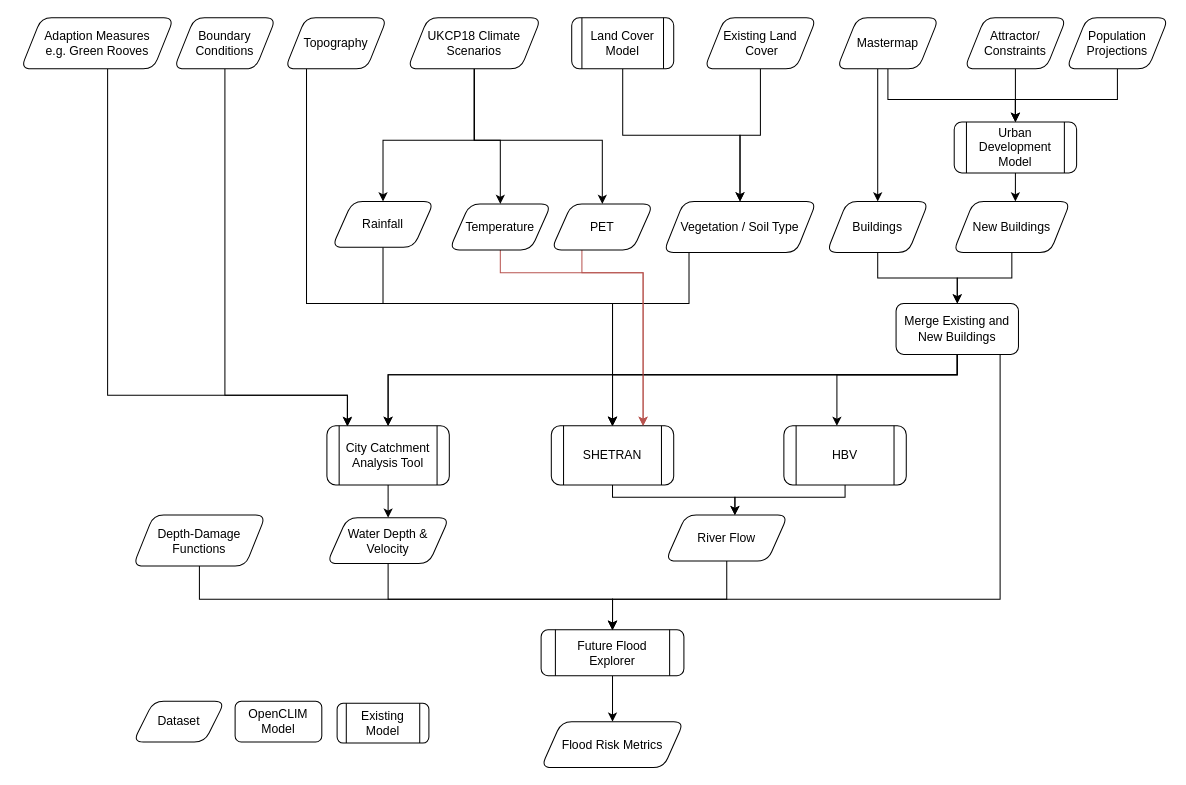
Above: flood/openclim-flood-workflow.drawio in OpenCLIM/workflow-diagrams (draw.io), before the change. Source tidied: cells renumbered, new cells numbered last; positions are measured from the earlier drawing's top-left corner, leaving out a move shared by most shapes. Both pictures are drawn from the tidied source at 102%, with x=0, y=0 at pixel (20, 17).
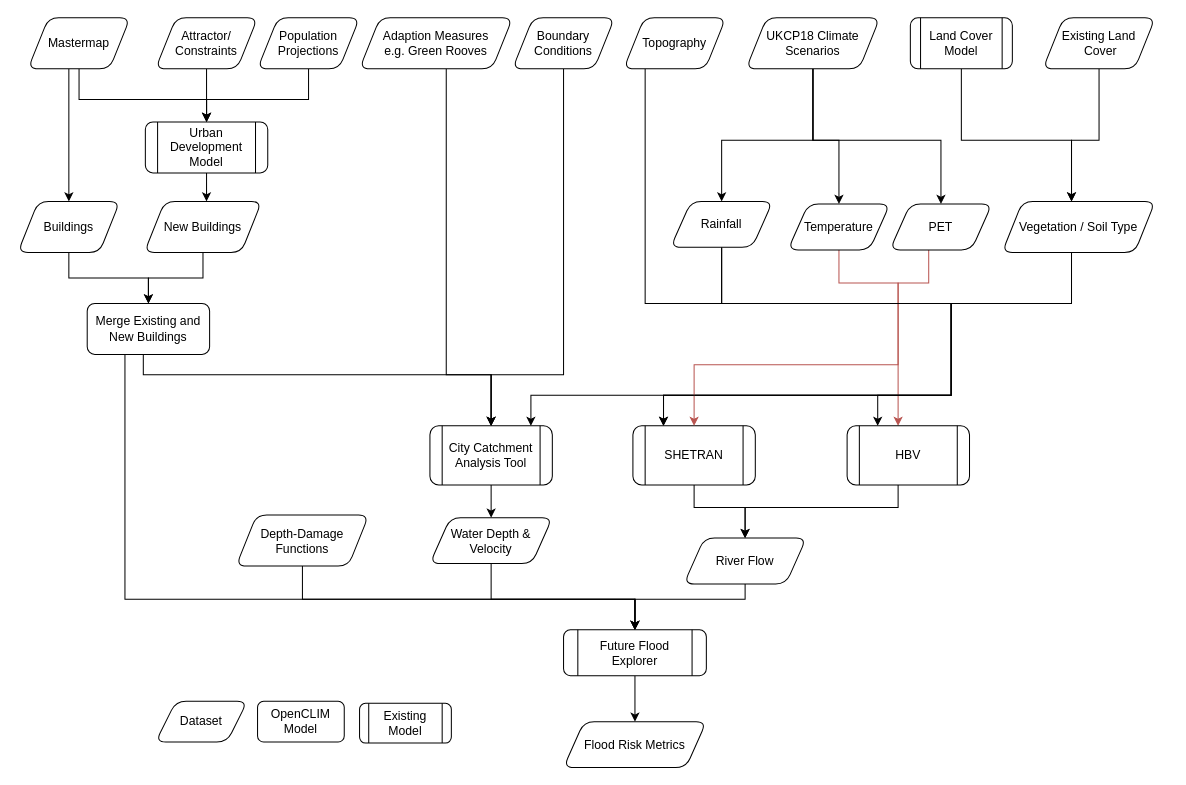
After the change.

Commit message:
removed buildings input from shetran and hbv

Diff of the diagram source:
```diff
@@
     <mxCell id="2" style="edgeStyle=orthogonalEdgeStyle;rounded=0;jettySize=auto;html=1;" parent="1" edge="1" source="5" target="22">
       <mxGeometry relative="1" as="geometry">
         <Array as="points">
-          <mxPoint x="445" y="120" />
-          <mxPoint x="470" y="120" />
+          <mxPoint x="777" y="120" />
+          <mxPoint x="802" y="120" />
         </Array>
       </mxGeometry>
     </mxCell>
     <mxCell id="3" style="edgeStyle=orthogonalEdgeStyle;rounded=0;jettySize=auto;html=1;" parent="1" edge="1" source="5" target="60">
       <mxGeometry relative="1" as="geometry">
         <Array as="points">
-          <mxPoint x="445" y="120" />
-          <mxPoint x="355" y="120" />
+          <mxPoint x="777" y="120" />
+          <mxPoint x="687" y="120" />
         </Array>
       </mxGeometry>
     </mxCell>
     <mxCell id="4" style="edgeStyle=orthogonalEdgeStyle;rounded=0;jettySize=auto;html=1;" parent="1" edge="1" source="5" target="58">
       <mxGeometry relative="1" as="geometry">
         <Array as="points">
-          <mxPoint x="445" y="120" />
-          <mxPoint x="570" y="120" />
+          <mxPoint x="777" y="120" />
+          <mxPoint x="902" y="120" />
         </Array>
       </mxGeometry>
     </mxCell>
     <mxCell id="5" value="UKCP18 Climate Scenarios" style="shape=parallelogram;perimeter=parallelogramPerimeter;whiteSpace=wrap;html=1;fixedSize=1;rounded=1;" parent="1" vertex="1">
-      <mxGeometry x="379" width="131" height="50" as="geometry" />
+      <mxGeometry x="711" width="131" height="50" as="geometry" />
     </mxCell>
     <mxCell id="6" style="edgeStyle=orthogonalEdgeStyle;rounded=0;jettySize=auto;html=1;" parent="1" edge="1" source="7" target="9">
       <mxGeometry relative="1" as="geometry">
         <Array as="points">
-          <mxPoint x="1075" y="80" />
-          <mxPoint x="975" y="80" />
+          <mxPoint x="282" y="80" />
+          <mxPoint x="182" y="80" />
         </Array>
       </mxGeometry>
     </mxCell>
     <mxCell id="7" value="Population Projections" style="shape=parallelogram;perimeter=parallelogramPerimeter;whiteSpace=wrap;html=1;fixedSize=1;rounded=1;" parent="1" vertex="1">
-      <mxGeometry x="1025" width="100" height="50" as="geometry" />
+      <mxGeometry x="232" width="100" height="50" as="geometry" />
     </mxCell>
@@
     <mxCell id="9" value="Urban Development Model" style="shape=process;whiteSpace=wrap;html=1;backgroundOutline=1;shadow=0;fontFamily=Helvetica;fontSize=12;fontColor=#000000;align=center;strokeColor=#000000;strokeWidth=1;fillColor=#ffffff;rounded=1;" parent="1" vertex="1">
-      <mxGeometry x="915" y="102" width="120" height="50" as="geometry" />
+      <mxGeometry x="122" y="102" width="120" height="50" as="geometry" />
     </mxCell>
-    <mxCell id="10" style="edgeStyle=orthogonalEdgeStyle;rounded=0;jettySize=auto;html=1;entryX=0.168;entryY=0.01;entryDx=0;entryDy=0;entryPerimeter=0;" parent="1" edge="1" source="11" target="20">
+    <mxCell id="10" style="edgeStyle=orthogonalEdgeStyle;rounded=0;jettySize=auto;html=1;" parent="1" edge="1" source="11" target="20">
       <mxGeometry relative="1" as="geometry">
         <Array as="points">
-          <mxPoint x="200" y="370" />
-          <mxPoint x="320" y="370" />
+          <mxPoint x="532" y="350" />
+          <mxPoint x="461" y="350" />
         </Array>
       </mxGeometry>
     </mxCell>
     <mxCell id="11" value="Boundary Conditions" style="shape=parallelogram;perimeter=parallelogramPerimeter;whiteSpace=wrap;html=1;fixedSize=1;rounded=1;" parent="1" vertex="1">
-      <mxGeometry x="150" width="100" height="50" as="geometry" />
+      <mxGeometry x="482" width="100" height="50" as="geometry" />
     </mxCell>
@@
     <mxCell id="13" value="New Buildings" style="shape=parallelogram;perimeter=parallelogramPerimeter;whiteSpace=wrap;html=1;fixedSize=1;rounded=1;" parent="1" vertex="1">
-      <mxGeometry x="914" y="180" width="115" height="50" as="geometry" />
+      <mxGeometry x="121" y="180" width="115" height="50" as="geometry" />
     </mxCell>
     <mxCell id="14" style="edgeStyle=orthogonalEdgeStyle;rounded=0;jettySize=auto;html=1;entryX=0.5;entryY=0;entryDx=0;entryDy=0;" parent="1" edge="1" source="16" target="9">
       <mxGeometry relative="1" as="geometry">
         <Array as="points">
-          <mxPoint x="850" y="80" />
-          <mxPoint x="975" y="80" />
+          <mxPoint x="57" y="80" />
+          <mxPoint x="182" y="80" />
         </Array>
       </mxGeometry>
     </mxCell>
     <mxCell id="15" style="edgeStyle=orthogonalEdgeStyle;rounded=0;jettySize=auto;html=1;" parent="1" edge="1" source="16" target="33">
       <mxGeometry relative="1" as="geometry">
         <Array as="points">
-          <mxPoint x="840" y="110" />
-          <mxPoint x="840" y="110" />
+          <mxPoint x="47" y="110" />
+          <mxPoint x="47" y="110" />
         </Array>
       </mxGeometry>
     </mxCell>
     <mxCell id="16" value="Mastermap" style="shape=parallelogram;perimeter=parallelogramPerimeter;whiteSpace=wrap;html=1;fixedSize=1;rounded=1;" parent="1" vertex="1">
-      <mxGeometry x="800" width="100" height="50" as="geometry" />
+      <mxGeometry x="7" width="100" height="50" as="geometry" />
     </mxCell>
     <mxCell id="17" style="edgeStyle=orthogonalEdgeStyle;rounded=0;jettySize=auto;html=1;" parent="1" edge="1" source="18" target="48">
       <mxGeometry relative="1" as="geometry">
         <Array as="points">
-          <mxPoint x="655" y="280" />
-          <mxPoint x="580" y="280" />
+          <mxPoint x="1030" y="280" />
+          <mxPoint x="912" y="280" />
+          <mxPoint x="912" y="370" />
+          <mxPoint x="630" y="370" />
         </Array>
       </mxGeometry>
     </mxCell>
     <mxCell id="18" value="Vegetation / Soil Type" style="shape=parallelogram;perimeter=parallelogramPerimeter;whiteSpace=wrap;html=1;fixedSize=1;rounded=1;" parent="1" vertex="1">
-      <mxGeometry x="630" y="180" width="150" height="50" as="geometry" />
+      <mxGeometry x="962" y="180" width="150" height="50" as="geometry" />
     </mxCell>
@@
     <mxCell id="20" value="City Catchment Analysis Tool" style="shape=process;whiteSpace=wrap;html=1;backgroundOutline=1;shadow=0;fontFamily=Helvetica;fontSize=12;fontColor=#000000;align=center;strokeColor=#000000;strokeWidth=1;fillColor=#ffffff;rounded=1;" parent="1" vertex="1">
-      <mxGeometry x="300" y="400" width="120" height="58" as="geometry" />
+      <mxGeometry x="401" y="400" width="120" height="58" as="geometry" />
     </mxCell>
-    <mxCell id="21" style="edgeStyle=orthogonalEdgeStyle;rounded=0;jettySize=auto;html=1;fillColor=#f8cecc;strokeColor=#b85450;" parent="1" edge="1" source="22">
+    <mxCell id="21" style="edgeStyle=orthogonalEdgeStyle;rounded=0;jettySize=auto;html=1;fillColor=#f8cecc;strokeColor=#b85450;" parent="1" edge="1" source="22" target="50">
       <mxGeometry relative="1" as="geometry">
-        <mxPoint x="610" y="400" as="targetPoint" />
         <Array as="points">
-          <mxPoint x="470" y="250" />
-          <mxPoint x="610" y="250" />
+          <mxPoint x="802" y="260" />
+          <mxPoint x="860" y="260" />
         </Array>
       </mxGeometry>
     </mxCell>
     <mxCell id="22" value="Temperature" style="shape=parallelogram;perimeter=parallelogramPerimeter;whiteSpace=wrap;html=1;fixedSize=1;rounded=1;" parent="1" vertex="1">
-      <mxGeometry x="420" y="182.5" width="100" height="45" as="geometry" />
+      <mxGeometry x="752" y="182.5" width="100" height="45" as="geometry" />
     </mxCell>
     <mxCell id="23" value="Dataset" style="shape=parallelogram;perimeter=parallelogramPerimeter;whiteSpace=wrap;html=1;fixedSize=1;rounded=1;" parent="1" vertex="1">
-      <mxGeometry x="110" y="670" width="90" height="40" as="geometry" />
+      <mxGeometry x="132" y="670" width="90" height="40" as="geometry" />
     </mxCell>
     <mxCell id="24" value="OpenCLIM Model" style="rounded=1;whiteSpace=wrap;html=1;fontSize=12;glass=0;strokeWidth=1;shadow=0;" parent="1" vertex="1">
-      <mxGeometry x="210" y="670" width="85" height="40" as="geometry" />
+      <mxGeometry x="232" y="670" width="85" height="40" as="geometry" />
     </mxCell>
     <mxCell id="25" style="edgeStyle=orthogonalEdgeStyle;rounded=0;jettySize=auto;html=1;" parent="1" edge="1" source="26" target="20">
       <mxGeometry relative="1" as="geometry">
         <Array as="points">
-          <mxPoint x="280" y="280" />
-          <mxPoint x="580" y="280" />
-          <mxPoint x="580" y="350" />
-          <mxPoint x="360" y="350" />
+          <mxPoint x="612" y="280" />
+          <mxPoint x="912" y="280" />
+          <mxPoint x="912" y="370" />
+          <mxPoint x="500" y="370" />
         </Array>
       </mxGeometry>
     </mxCell>
     <mxCell id="26" value="Topography" style="shape=parallelogram;perimeter=parallelogramPerimeter;whiteSpace=wrap;html=1;fixedSize=1;rounded=1;" parent="1" vertex="1">
-      <mxGeometry x="259" width="100" height="50" as="geometry" />
+      <mxGeometry x="591" width="100" height="50" as="geometry" />
     </mxCell>
     <mxCell id="27" style="edgeStyle=orthogonalEdgeStyle;rounded=0;jettySize=auto;html=1;entryX=0.5;entryY=0;entryDx=0;entryDy=0;" parent="1" edge="1" source="28" target="30">
       <mxGeometry relative="1" as="geometry">
         <Array as="points">
-          <mxPoint x="360" y="570" />
-          <mxPoint x="580" y="570" />
+          <mxPoint x="461" y="570" />
+          <mxPoint x="602" y="570" />
         </Array>
       </mxGeometry>
     </mxCell>
     <mxCell id="28" value="Water Depth &amp;amp; Velocity" style="shape=parallelogram;perimeter=parallelogramPerimeter;whiteSpace=wrap;html=1;fixedSize=1;rounded=1;" parent="1" vertex="1">
-      <mxGeometry x="300" y="490" width="120" height="45" as="geometry" />
+      <mxGeometry x="401" y="490" width="120" height="45" as="geometry" />
     </mxCell>
@@
     <mxCell id="30" value="Future Flood Explorer" style="shape=process;whiteSpace=wrap;html=1;backgroundOutline=1;fontFamily=Helvetica;fontSize=12;fontColor=#000000;align=center;strokeColor=#000000;fillColor=#ffffff;rounded=1;" parent="1" vertex="1">
-      <mxGeometry x="510" y="600" width="140" height="45" as="geometry" />
+      <mxGeometry x="532" y="600" width="140" height="45" as="geometry" />
     </mxCell>
     <mxCell id="31" value="Flood Risk Metrics" style="shape=parallelogram;perimeter=parallelogramPerimeter;whiteSpace=wrap;html=1;fixedSize=1;rounded=1;" parent="1" vertex="1">
-      <mxGeometry x="510" y="690" width="140" height="45" as="geometry" />
+      <mxGeometry x="532" y="690" width="140" height="45" as="geometry" />
     </mxCell>
@@
     <mxCell id="33" value="Buildings" style="shape=parallelogram;perimeter=parallelogramPerimeter;whiteSpace=wrap;html=1;fixedSize=1;rounded=1;" parent="1" vertex="1">
-      <mxGeometry x="790" y="180" width="100" height="50" as="geometry" />
+      <mxGeometry x="-3" y="180" width="100" height="50" as="geometry" />
     </mxCell>
+    <mxCell id="35" style="edgeStyle=orthogonalEdgeStyle;rounded=0;jettySize=auto;html=1;entryX=0.5;entryY=0;entryDx=0;entryDy=0;" parent="1" edge="1" source="39" target="30">
+      <mxGeometry relative="1" as="geometry">
+        <Array as="points">
+          <mxPoint x="102" y="570" />
+          <mxPoint x="602" y="570" />
+        </Array>
+      </mxGeometry>
+    </mxCell>
-    <mxCell id="34" style="edgeStyle=orthogonalEdgeStyle;rounded=0;jettySize=auto;html=1;entryX=0.5;entryY=0;entryDx=0;entryDy=0;" parent="1" edge="1" source="39" target="20">
+    <mxCell id="34" style="edgeStyle=orthogonalEdgeStyle;rounded=0;jettySize=auto;html=1;fontColor=#B5739D;" parent="1" edge="1" source="39" target="20">
       <mxGeometry relative="1" as="geometry">
         <Array as="points">
-          <mxPoint x="918" y="350" />
-          <mxPoint x="360" y="350" />
+          <mxPoint x="120" y="350" />
+          <mxPoint x="461" y="350" />
         </Array>
       </mxGeometry>
     </mxCell>
-    <mxCell id="35" style="edgeStyle=orthogonalEdgeStyle;rounded=0;jettySize=auto;html=1;entryX=0.5;entryY=0;entryDx=0;entryDy=0;" parent="1" edge="1" source="39" target="30">
-      <mxGeometry relative="1" as="geometry">
-        <Array as="points">
-          <mxPoint x="960" y="570" />
-          <mxPoint x="580" y="570" />
-        </Array>
-      </mxGeometry>
-    </mxCell>
-    <mxCell id="36" style="edgeStyle=orthogonalEdgeStyle;rounded=0;jettySize=auto;html=1;" parent="1" edge="1" source="39" target="48">
-      <mxGeometry relative="1" as="geometry">
-        <Array as="points">
-          <mxPoint x="918" y="350" />
-          <mxPoint x="580" y="350" />
-        </Array>
-      </mxGeometry>
-    </mxCell>
-    <mxCell id="37" style="edgeStyle=orthogonalEdgeStyle;rounded=0;jettySize=auto;html=1;" parent="1" edge="1" source="39" target="48">
-      <mxGeometry relative="1" as="geometry">
-        <Array as="points">
-          <mxPoint x="918" y="350" />
-          <mxPoint x="580" y="350" />
-        </Array>
-      </mxGeometry>
-    </mxCell>
-    <mxCell id="38" style="edgeStyle=orthogonalEdgeStyle;rounded=0;jettySize=auto;html=1;" parent="1" edge="1" source="39" target="50">
-      <mxGeometry relative="1" as="geometry">
-        <Array as="points">
-          <mxPoint x="918" y="350" />
-          <mxPoint x="800" y="350" />
-        </Array>
-      </mxGeometry>
-    </mxCell>
     <mxCell id="39" value="Merge Existing and New Buildings" style="rounded=1;whiteSpace=wrap;html=1;fontSize=12;glass=0;strokeWidth=1;shadow=0;" parent="1" vertex="1">
-      <mxGeometry x="858" y="280" width="120" height="50" as="geometry" />
+      <mxGeometry x="65" y="280" width="120" height="50" as="geometry" />
     </mxCell>
@@
     <mxCell id="41" value="&lt;div&gt;Attractor/&lt;/div&gt;&lt;div&gt;Constraints&lt;/div&gt;" style="shape=parallelogram;perimeter=parallelogramPerimeter;whiteSpace=wrap;html=1;fixedSize=1;rounded=1;" parent="1" vertex="1">
-      <mxGeometry x="925" width="100" height="50" as="geometry" />
+      <mxGeometry x="132" width="100" height="50" as="geometry" />
     </mxCell>
     <mxCell id="42" style="edgeStyle=orthogonalEdgeStyle;rounded=0;jettySize=auto;html=1;" parent="1" edge="1" source="43" target="20">
       <mxGeometry relative="1" as="geometry">
         <Array as="points">
-          <mxPoint x="85" y="370" />
-          <mxPoint x="320" y="370" />
+          <mxPoint x="417" y="350" />
+          <mxPoint x="461" y="350" />
         </Array>
       </mxGeometry>
     </mxCell>
     <mxCell id="43" value="Adaption Measures&lt;br&gt;e.g. Green Rooves" style="shape=parallelogram;perimeter=parallelogramPerimeter;whiteSpace=wrap;html=1;fixedSize=1;rounded=1;" parent="1" vertex="1">
-      <mxGeometry width="150" height="50" as="geometry" />
+      <mxGeometry x="332" width="150" height="50" as="geometry" />
     </mxCell>
     <mxCell id="44" value="Existing&lt;br&gt;Model" style="shape=process;whiteSpace=wrap;html=1;backgroundOutline=1;shadow=0;fontFamily=Helvetica;fontSize=12;fontColor=#000000;align=center;strokeColor=#000000;strokeWidth=1;fillColor=#ffffff;rounded=1;" parent="1" vertex="1">
-      <mxGeometry x="310" y="672" width="90" height="39" as="geometry" />
+      <mxGeometry x="332" y="672" width="90" height="39" as="geometry" />
     </mxCell>
     <mxCell id="45" style="edgeStyle=orthogonalEdgeStyle;rounded=0;jettySize=auto;html=1;" parent="1" edge="1" source="46" target="30">
       <mxGeometry relative="1" as="geometry">
         <Array as="points">
-          <mxPoint x="175" y="570" />
-          <mxPoint x="580" y="570" />
+          <mxPoint x="507" y="570" />
+          <mxPoint x="912" y="570" />
         </Array>
       </mxGeometry>
     </mxCell>
     <mxCell id="46" value="Depth-Damage&lt;br&gt;Functions" style="shape=parallelogram;perimeter=parallelogramPerimeter;whiteSpace=wrap;html=1;fixedSize=1;rounded=1;" parent="1" vertex="1">
-      <mxGeometry x="110" y="487.5" width="130" height="50" as="geometry" />
+      <mxGeometry x="211" y="487.5" width="130" height="50" as="geometry" />
     </mxCell>
     <mxCell id="47" style="edgeStyle=orthogonalEdgeStyle;rounded=0;jettySize=auto;html=1;" parent="1" edge="1" source="48" target="56">
       <mxGeometry relative="1" as="geometry">
         <Array as="points">
-          <mxPoint x="580" y="470" />
-          <mxPoint x="700" y="470" />
-          <mxPoint x="700" y="510" />
+          <mxPoint x="660" y="480" />
+          <mxPoint x="710" y="480" />
         </Array>
       </mxGeometry>
     </mxCell>
     <mxCell id="48" value="SHETRAN" style="shape=process;whiteSpace=wrap;html=1;backgroundOutline=1;shadow=0;fontFamily=Helvetica;fontSize=12;fontColor=#000000;align=center;strokeColor=#000000;strokeWidth=1;fillColor=#ffffff;rounded=1;" parent="1" vertex="1">
-      <mxGeometry x="520" y="400" width="120" height="58" as="geometry" />
+      <mxGeometry x="600" y="400" width="120" height="58" as="geometry" />
     </mxCell>
-    <mxCell id="49" style="edgeStyle=orthogonalEdgeStyle;rounded=0;jettySize=auto;html=1;" parent="1" edge="1" source="50" target="56">
+    <mxCell id="49" style="edgeStyle=orthogonalEdgeStyle;rounded=0;jettySize=auto;html=1;fontColor=#B5739D;" parent="1" edge="1" source="50" target="56">
       <mxGeometry relative="1" as="geometry">
         <Array as="points">
-          <mxPoint x="808" y="470" />
-          <mxPoint x="700" y="470" />
-          <mxPoint x="700" y="510" />
+          <mxPoint x="860" y="480" />
+          <mxPoint x="710" y="480" />
         </Array>
       </mxGeometry>
     </mxCell>
     <mxCell id="50" value="HBV" style="shape=process;whiteSpace=wrap;html=1;backgroundOutline=1;shadow=0;fontFamily=Helvetica;fontSize=12;fontColor=#000000;align=center;strokeColor=#000000;strokeWidth=1;fillColor=#ffffff;rounded=1;" parent="1" vertex="1">
-      <mxGeometry x="748" y="400" width="120" height="58" as="geometry" />
+      <mxGeometry x="810" y="400" width="120" height="58" as="geometry" />
     </mxCell>
     <mxCell id="51" style="edgeStyle=orthogonalEdgeStyle;rounded=0;jettySize=auto;html=1;" parent="1" edge="1" source="52" target="18">
-      <mxGeometry relative="1" as="geometry" />
+      <mxGeometry relative="1" as="geometry">
+        <Array as="points">
+          <mxPoint x="922" y="120" />
+          <mxPoint x="1030" y="120" />
+        </Array>
+      </mxGeometry>
     </mxCell>
     <mxCell id="52" value="Land Cover Model" style="shape=process;whiteSpace=wrap;html=1;backgroundOutline=1;fontFamily=Helvetica;fontSize=12;fontColor=#000000;align=center;strokeColor=#000000;fillColor=#ffffff;rounded=1;" parent="1" vertex="1">
-      <mxGeometry x="540" width="100" height="50" as="geometry" />
+      <mxGeometry x="872" width="100" height="50" as="geometry" />
     </mxCell>
-    <mxCell id="53" style="edgeStyle=orthogonalEdgeStyle;rounded=0;jettySize=auto;html=1;" parent="1" edge="1" source="54" target="18">
-      <mxGeometry relative="1" as="geometry" />
+    <mxCell id="53" style="edgeStyle=orthogonalEdgeStyle;rounded=0;jettySize=auto;html=1;fontColor=#B5739D;" parent="1" edge="1" source="54" target="18">
+      <mxGeometry relative="1" as="geometry">
+        <Array as="points">
+          <mxPoint x="1057" y="120" />
+          <mxPoint x="1030" y="120" />
+        </Array>
+      </mxGeometry>
     </mxCell>
     <mxCell id="54" value="Existing Land&lt;br&gt;&amp;nbsp;Cover" style="shape=parallelogram;perimeter=parallelogramPerimeter;whiteSpace=wrap;html=1;fixedSize=1;fontFamily=Helvetica;fontSize=12;fontColor=#000000;align=center;strokeColor=#000000;fillColor=#ffffff;rounded=1;" parent="1" vertex="1">
-      <mxGeometry x="670" width="110" height="50" as="geometry" />
+      <mxGeometry x="1002" width="110" height="50" as="geometry" />
     </mxCell>
     <mxCell id="55" style="edgeStyle=orthogonalEdgeStyle;rounded=0;jettySize=auto;html=1;" parent="1" edge="1" source="56" target="30">
       <mxGeometry relative="1" as="geometry">
         <Array as="points">
-          <mxPoint x="692" y="570" />
-          <mxPoint x="580" y="570" />
+          <mxPoint x="710" y="570" />
+          <mxPoint x="602" y="570" />
         </Array>
       </mxGeometry>
     </mxCell>
     <mxCell id="56" value="River Flow" style="shape=parallelogram;perimeter=parallelogramPerimeter;whiteSpace=wrap;html=1;fixedSize=1;rounded=1;" parent="1" vertex="1">
-      <mxGeometry x="632" y="487.5" width="120" height="45" as="geometry" />
+      <mxGeometry x="650" y="510" width="120" height="45" as="geometry" />
     </mxCell>
-    <mxCell id="57" style="edgeStyle=orthogonalEdgeStyle;rounded=0;jettySize=auto;html=1;entryX=0.75;entryY=0;entryDx=0;entryDy=0;fontColor=#B5739D;fillColor=#f8cecc;strokeColor=#b85450;" parent="1" edge="1" source="58" target="48">
+    <mxCell id="57" style="edgeStyle=orthogonalEdgeStyle;rounded=0;jettySize=auto;html=1;fontColor=#B5739D;fillColor=#f8cecc;strokeColor=#b85450;" parent="1" edge="1" source="58" target="48">
       <mxGeometry relative="1" as="geometry">
         <Array as="points">
-          <mxPoint x="550" y="250" />
-          <mxPoint x="610" y="250" />
+          <mxPoint x="890" y="260" />
+          <mxPoint x="860" y="260" />
+          <mxPoint x="860" y="340" />
+          <mxPoint x="660" y="340" />
         </Array>
       </mxGeometry>
     </mxCell>
     <mxCell id="58" value="PET" style="shape=parallelogram;perimeter=parallelogramPerimeter;whiteSpace=wrap;html=1;fixedSize=1;rounded=1;" parent="1" vertex="1">
-      <mxGeometry x="520" y="182.5" width="100" height="45" as="geometry" />
+      <mxGeometry x="852" y="182.5" width="100" height="45" as="geometry" />
     </mxCell>
     <mxCell id="59" style="edgeStyle=orthogonalEdgeStyle;rounded=0;jettySize=auto;html=1;" parent="1" edge="1" source="60" target="48">
       <mxGeometry relative="1" as="geometry">
         <Array as="points">
-          <mxPoint x="355" y="280" />
-          <mxPoint x="580" y="280" />
+          <mxPoint x="687" y="280" />
+          <mxPoint x="912" y="280" />
+          <mxPoint x="912" y="370" />
+          <mxPoint x="630" y="370" />
         </Array>
       </mxGeometry>
     </mxCell>
+    <mxCell id="61" style="edgeStyle=orthogonalEdgeStyle;rounded=0;jettySize=auto;html=1;fontColor=#B5739D;" parent="1" edge="1" source="60" target="50">
+      <mxGeometry relative="1" as="geometry">
+        <Array as="points">
+          <mxPoint x="687" y="280" />
+          <mxPoint x="912" y="280" />
+          <mxPoint x="912" y="370" />
+          <mxPoint x="840" y="370" />
+        </Array>
+      </mxGeometry>
+    </mxCell>
     <mxCell id="60" value="Rainfall" style="shape=parallelogram;perimeter=parallelogramPerimeter;whiteSpace=wrap;html=1;fixedSize=1;rounded=1;" parent="1" vertex="1">
-      <mxGeometry x="305" y="180" width="100" height="45" as="geometry" />
+      <mxGeometry x="637" y="180" width="100" height="45" as="geometry" />
     </mxCell>
```
